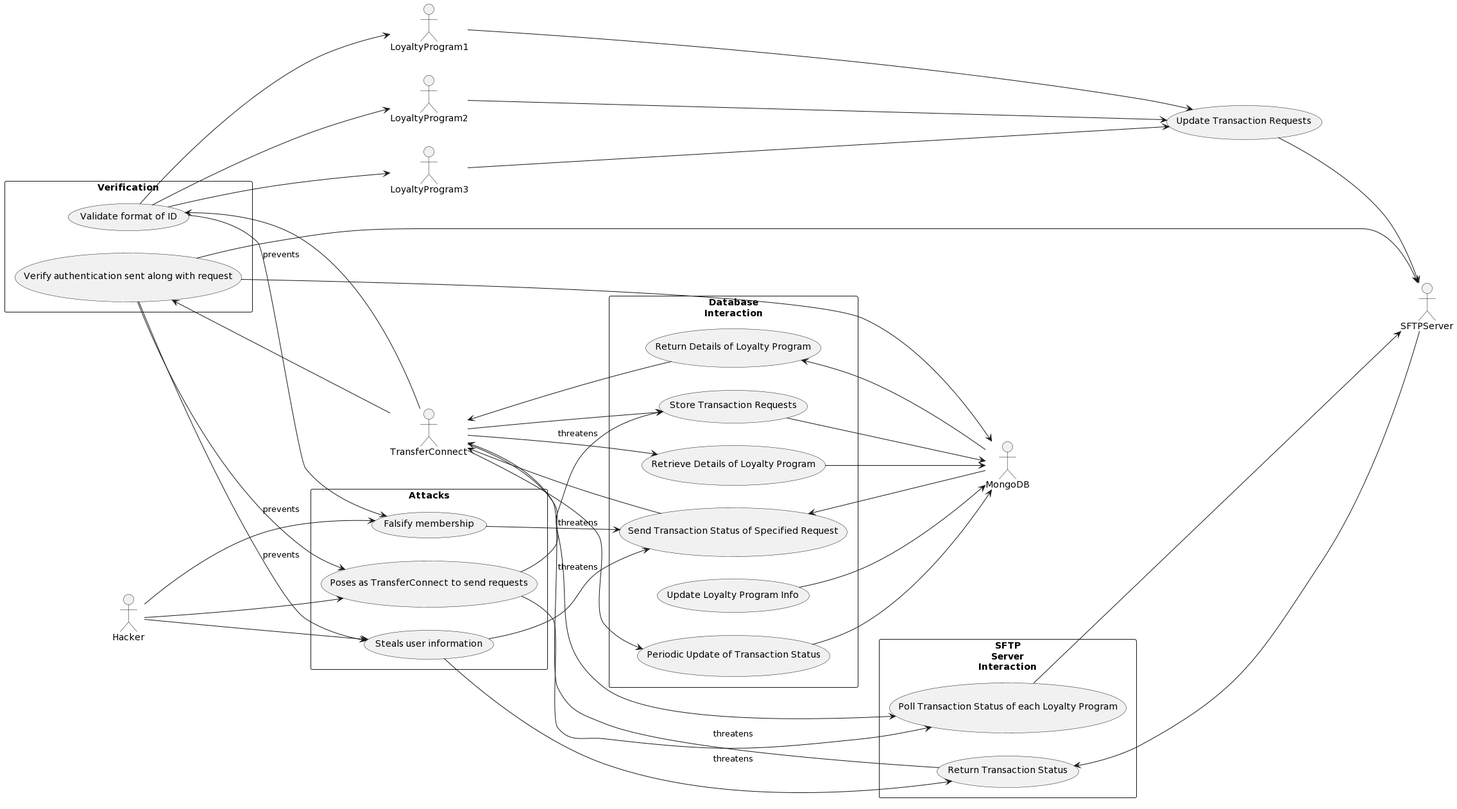
Before: diagrams/transfer-connect/TransferConnect Use Case Diagram.png, a diagram exported from PlantUML (Rye123/esc-transferconnect). Its diagram source:
```plantuml
@startuml
left to right direction

skinparam packageStyle rectangle
actor TransferConnect
actor SFTPServer
actor MongoDB
actor LoyaltyProgram1
actor LoyaltyProgram2
actor LoyaltyProgram3
actor Hacker

package Database\nInteraction {
   TransferConnect --> (Periodic Update of Transaction Status)
   TransferConnect --> (Store Transaction Requests)
   TransferConnect --> (Retrieve Details of Loyalty Program)
   (Periodic Update of Transaction Status) --> MongoDB
   (Store Transaction Requests) --> MongoDB
   (Retrieve Details of Loyalty Program) --> MongoDB

   MongoDB --> (Send Transaction Status of Specified Request)
   MongoDB --> (Return Details of Loyalty Program)
   (Send Transaction Status of Specified Request) --> TransferConnect
   (Return Details of Loyalty Program) --> TransferConnect

   (Update Loyalty Program Info) --> MongoDB
}

package SFTP\nServer\nInteraction {
   TransferConnect ---> (Poll Transaction Status of each Loyalty Program)
   (Poll Transaction Status of each Loyalty Program) --> SFTPServer

   SFTPServer --> (Return Transaction Status)
   (Return Transaction Status) ---> TransferConnect

}

package Verification {
   TransferConnect --> (Validate format of ID)
   TransferConnect --> (Verify authentication sent along with request)

   (Validate format of ID) --> LoyaltyProgram1
   (Validate format of ID) --> LoyaltyProgram2
   (Validate format of ID) --> LoyaltyProgram3
   (Verify authentication sent along with request) --> MongoDB
   (Verify authentication sent along with request) --> SFTPServer
}

LoyaltyProgram1 ----> (Update Transaction Requests)
LoyaltyProgram2 ----> (Update Transaction Requests)
LoyaltyProgram3 ----> (Update Transaction Requests)
(Update Transaction Requests) ---> SFTPServer

package Attacks {
   Hacker --> (Poses as TransferConnect to send requests)
   Hacker --> (Steals user information)
   Hacker --> (Falsify membership)
}

(Poses as TransferConnect to send requests)  --> (Poll Transaction Status of each Loyalty Program) : threatens
(Poses as TransferConnect to send requests)  --> (Store Transaction Requests) : threatens
(Steals user information) --> (Send Transaction Status of Specified Request) : threatens
(Steals user information) --> (Return Transaction Status) : threatens
(Falsify membership) --> (Send Transaction Status of Specified Request) : threatens

(Verify authentication sent along with request) --> (Poses as TransferConnect to send requests) : prevents
(Verify authentication sent along with request) --> (Steals user information) : prevents
(Validate format of ID) --> (Falsify membership) : prevents
@enduml
```
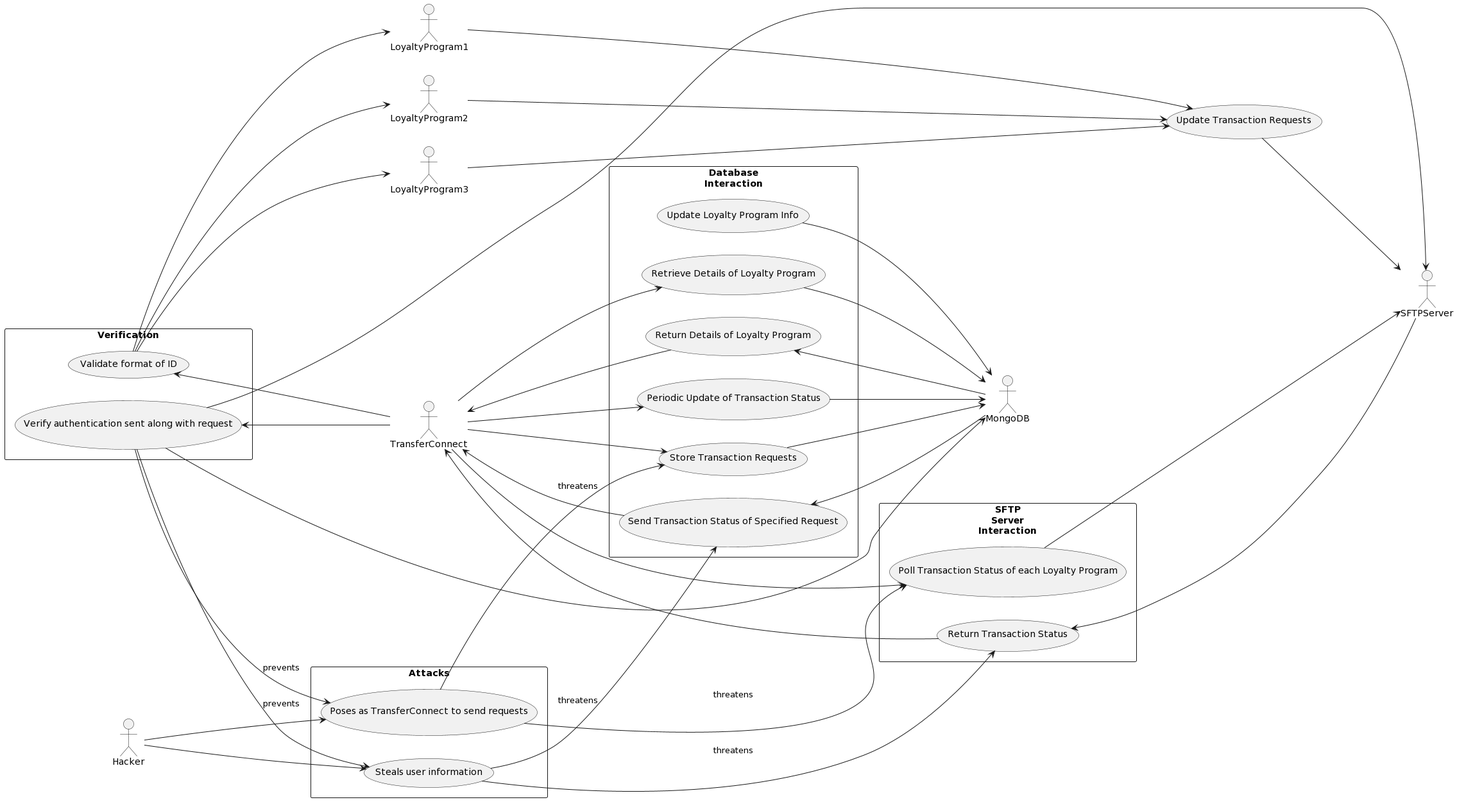
After the commit.

Change to the diagram source:
```diff
@@ -54,16 +54,13 @@
 package Attacks {
    Hacker --> (Poses as TransferConnect to send requests)
    Hacker --> (Steals user information)
-   Hacker --> (Falsify membership)
 }
 
 (Poses as TransferConnect to send requests)  --> (Poll Transaction Status of each Loyalty Program) : threatens
 (Poses as TransferConnect to send requests)  --> (Store Transaction Requests) : threatens
 (Steals user information) --> (Send Transaction Status of Specified Request) : threatens
 (Steals user information) --> (Return Transaction Status) : threatens
-(Falsify membership) --> (Send Transaction Status of Specified Request) : threatens
 
 (Verify authentication sent along with request) --> (Poses as TransferConnect to send requests) : prevents
 (Verify authentication sent along with request) --> (Steals user information) : prevents
-(Validate format of ID) --> (Falsify membership) : prevents
 @enduml
```
